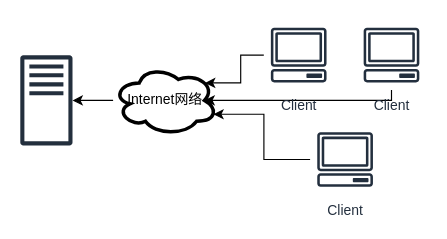
Before: system_component.drawio in foreignbill/drawio, a draw.io diagram. Source tidied: cells renumbered, new cells numbered last; positions are measured from the earlier drawing's top-left corner, leaving out a move shared by most shapes. Both pictures are drawn from the tidied source at 116%, with x=0, y=0 at pixel (20, 20).
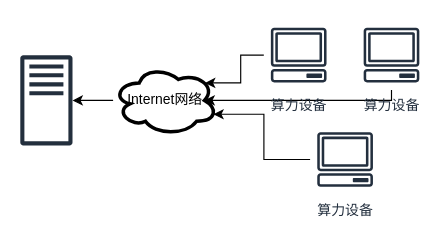
After the change.

Change to the diagram source:
```diff
@@
 <mxGraphModel>
   <root>
     <mxCell id="0" />
     <mxCell id="1" parent="0" />
     <mxCell id="2" style="sketch=0;outlineConnect=0;fontColor=#232F3E;gradientColor=none;fillColor=#232F3D;strokeColor=none;dashed=0;verticalLabelPosition=bottom;verticalAlign=top;align=center;html=1;fontSize=12;fontStyle=0;shape=mxgraph.aws4.traditional_server;" parent="1" vertex="1">
       <mxGeometry y="30" width="45" height="78" as="geometry" />
     </mxCell>
     <mxCell id="3" style="edgeStyle=orthogonalEdgeStyle;rounded=0;jettySize=auto;html=1;entryX=0.875;entryY=0.5;entryDx=0;entryDy=0;entryPerimeter=0;" parent="1" edge="1" source="4" target="10">
       <mxGeometry relative="1" as="geometry">
         <Array as="points">
           <mxPoint x="320" y="69" />
         </Array>
       </mxGeometry>
     </mxCell>
-    <mxCell id="4" value="Client" style="sketch=0;outlineConnect=0;fontColor=#232F3E;gradientColor=none;strokeColor=#232F3E;fillColor=#ffffff;dashed=0;verticalLabelPosition=bottom;verticalAlign=top;align=center;html=1;fontSize=12;fontStyle=0;shape=mxgraph.aws4.resourceIcon;resIcon=mxgraph.aws4.client;" parent="1" vertex="1">
+    <mxCell id="4" value="算力设备" style="sketch=0;outlineConnect=0;fontColor=#232F3E;gradientColor=none;strokeColor=#232F3E;fillColor=#ffffff;dashed=0;verticalLabelPosition=bottom;verticalAlign=top;align=center;html=1;fontSize=12;fontStyle=0;shape=mxgraph.aws4.resourceIcon;resIcon=mxgraph.aws4.client;" parent="1" vertex="1">
       <mxGeometry x="290" width="60" height="60" as="geometry" />
     </mxCell>
     <mxCell id="5" style="edgeStyle=orthogonalEdgeStyle;rounded=0;jettySize=auto;html=1;entryX=0.96;entryY=0.7;entryDx=0;entryDy=0;entryPerimeter=0;" parent="1" edge="1" source="6" target="10">
       <mxGeometry relative="1" as="geometry" />
     </mxCell>
-    <mxCell id="6" value="Client" style="sketch=0;outlineConnect=0;fontColor=#232F3E;gradientColor=none;strokeColor=#232F3E;fillColor=#ffffff;dashed=0;verticalLabelPosition=bottom;verticalAlign=top;align=center;html=1;fontSize=12;fontStyle=0;shape=mxgraph.aws4.resourceIcon;resIcon=mxgraph.aws4.client;" parent="1" vertex="1">
+    <mxCell id="6" value="算力设备" style="sketch=0;outlineConnect=0;fontColor=#232F3E;gradientColor=none;strokeColor=#232F3E;fillColor=#ffffff;dashed=0;verticalLabelPosition=bottom;verticalAlign=top;align=center;html=1;fontSize=12;fontStyle=0;shape=mxgraph.aws4.resourceIcon;resIcon=mxgraph.aws4.client;" parent="1" vertex="1">
       <mxGeometry x="250" y="90" width="60" height="60" as="geometry" />
     </mxCell>
     <mxCell id="7" style="edgeStyle=orthogonalEdgeStyle;rounded=0;jettySize=auto;html=1;entryX=0.88;entryY=0.25;entryDx=0;entryDy=0;entryPerimeter=0;" parent="1" edge="1" source="8" target="10">
       <mxGeometry relative="1" as="geometry" />
     </mxCell>
-    <mxCell id="8" value="Client" style="sketch=0;outlineConnect=0;fontColor=#232F3E;gradientColor=none;strokeColor=#232F3E;fillColor=#ffffff;dashed=0;verticalLabelPosition=bottom;verticalAlign=top;align=center;html=1;fontSize=12;fontStyle=0;shape=mxgraph.aws4.resourceIcon;resIcon=mxgraph.aws4.client;" parent="1" vertex="1">
+    <mxCell id="8" value="算力设备" style="sketch=0;outlineConnect=0;fontColor=#232F3E;gradientColor=none;strokeColor=#232F3E;fillColor=#ffffff;dashed=0;verticalLabelPosition=bottom;verticalAlign=top;align=center;html=1;fontSize=12;fontStyle=0;shape=mxgraph.aws4.resourceIcon;resIcon=mxgraph.aws4.client;" parent="1" vertex="1">
       <mxGeometry x="210" width="60" height="60" as="geometry" />
     </mxCell>
     <mxCell id="9" style="edgeStyle=orthogonalEdgeStyle;rounded=0;jettySize=auto;html=1;" parent="1" edge="1" source="10" target="2">
       <mxGeometry relative="1" as="geometry" />
     </mxCell>
     <mxCell id="10" value="Internet网络" style="ellipse;shape=cloud;whiteSpace=wrap;html=1;strokeWidth=3;" parent="1" vertex="1">
       <mxGeometry x="80" y="39" width="90" height="60" as="geometry" />
     </mxCell>
   </root>
 </mxGraphModel>
```
